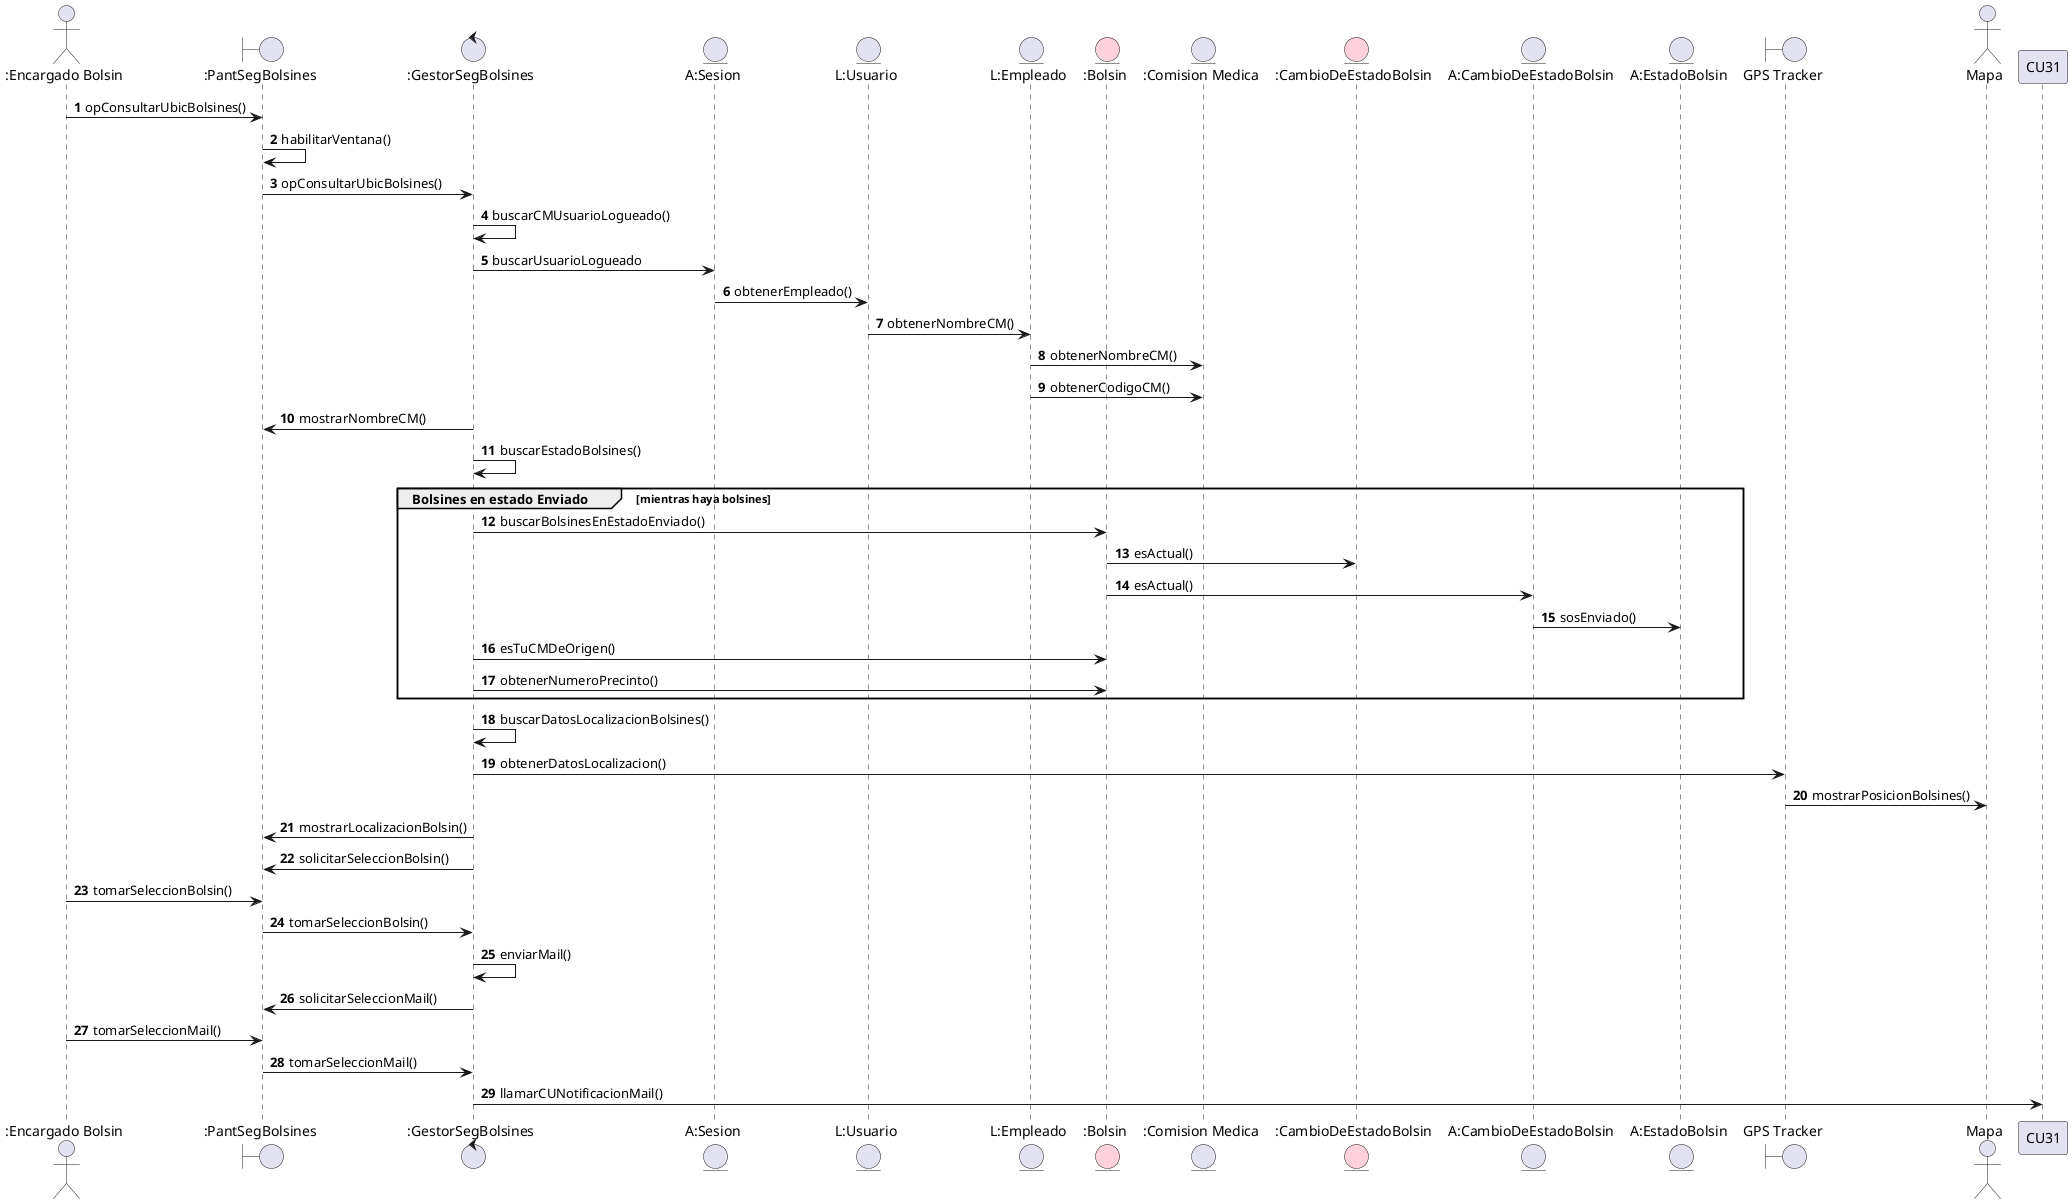
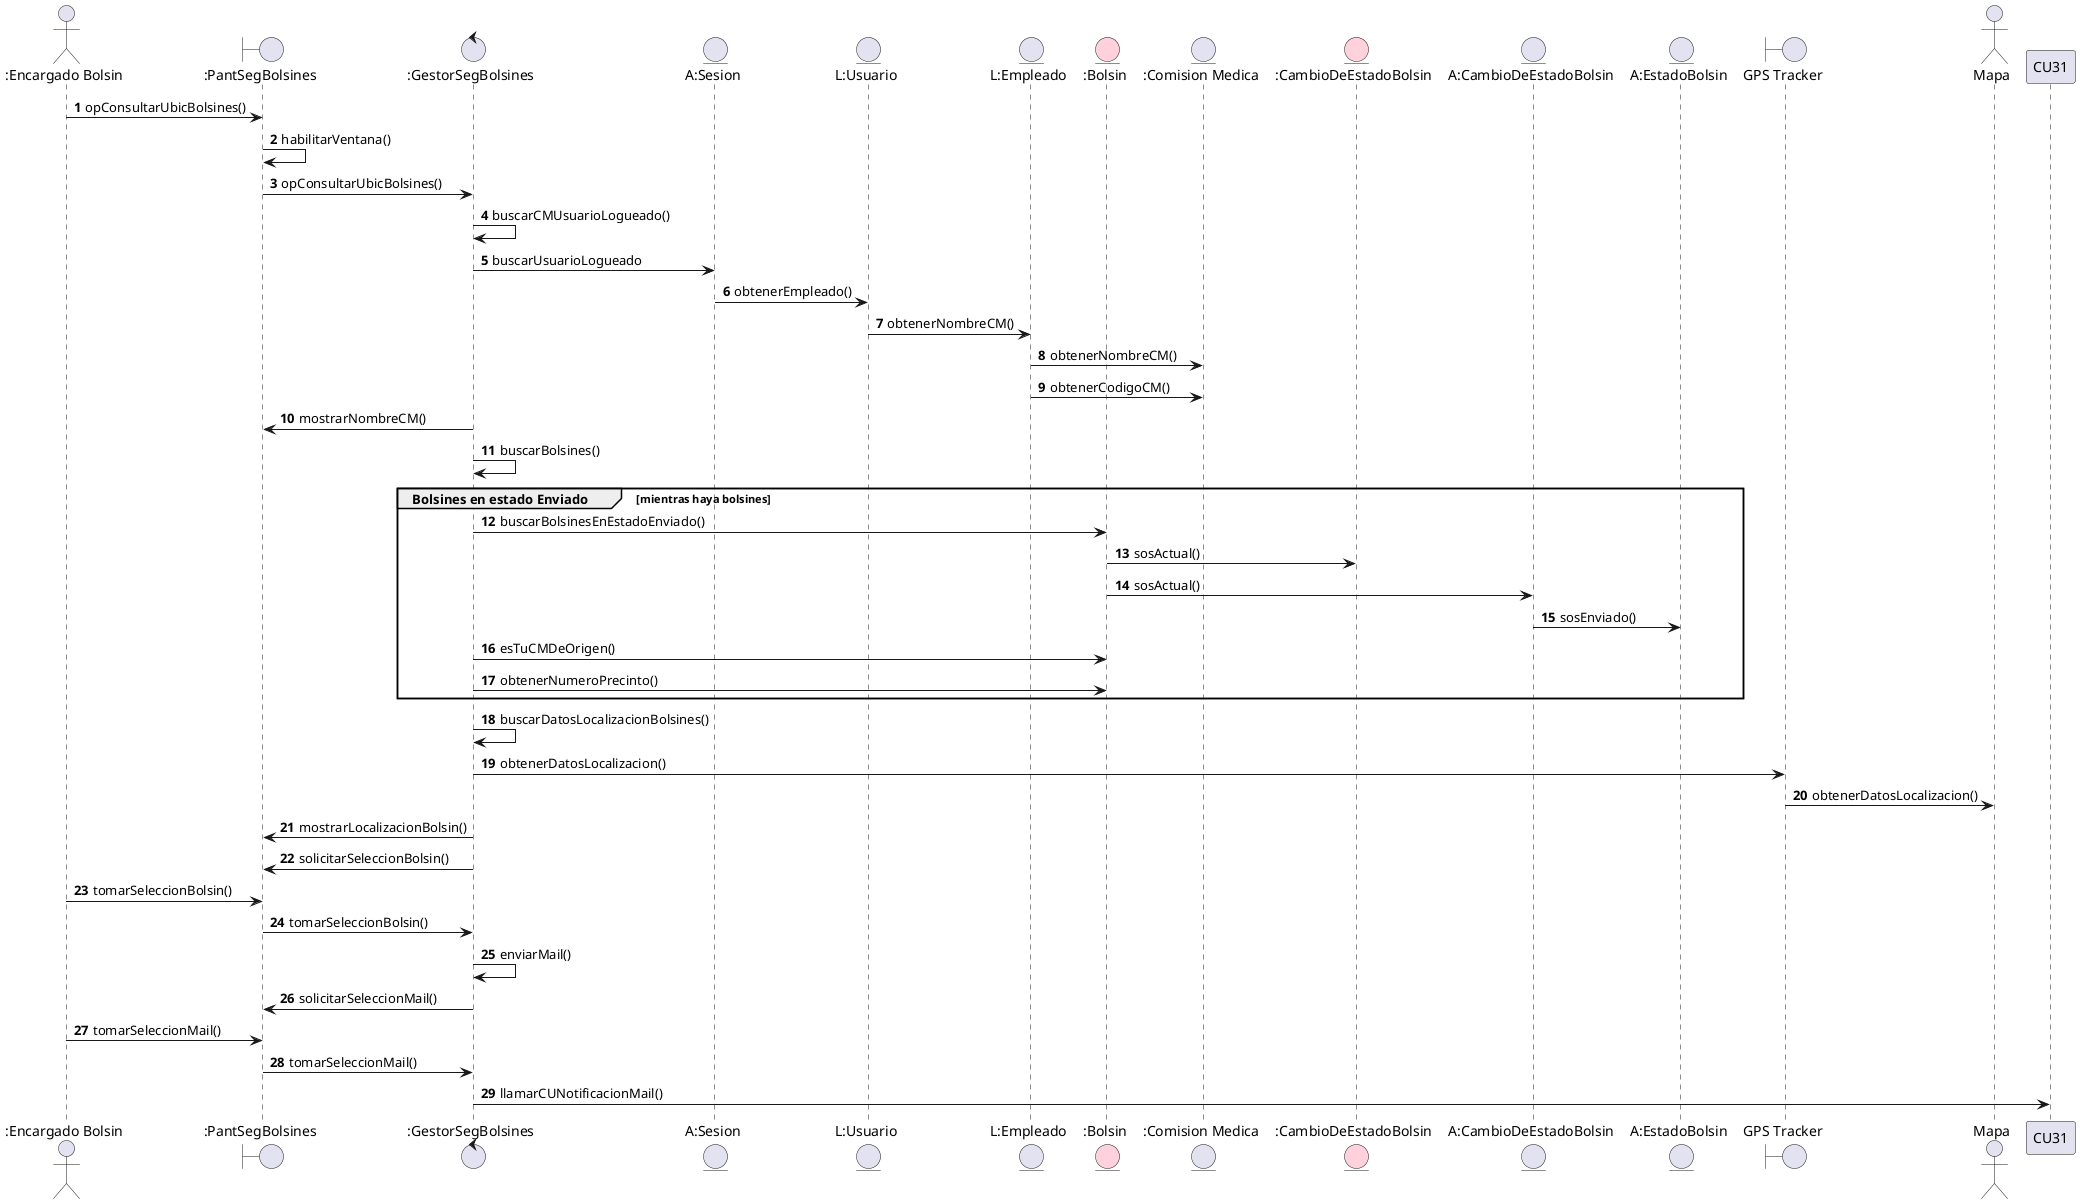

'DiagramaSecuenciaCU36.plantuml

' Flujo: Búsqueda de bolsines y visualización en el mapa con GPS Tracker modelo XTR-4500L
' 1. EB: selecciona la opción para consultar la ubicación de uno o varios bolsines.
' 2. Sistema: busca y muestra la CM del usuario logueado.
' 3. Sistema: busca los bolsines en estado Enviado cuya CM origen es igual a la CM del usuario logueado.
' 4. Sistema: solicita al dispositivo GPS Tracker los datos de localización de los bolsines.
' 5. Sistema: recibe del dispositivo GPS Tracker los datos de localización de cada uno de esos bolsines (ver
' observación 1).
' 6. Sistema: muestra sobre un mapa la posición de los bolsines, habilitando la opción de seleccionar un bolsín del
' mapa o filtrar por número de precinto o CM destino.
' 7. EB: selecciona un bolsín del mapa.
' 8. Sistema: consulta si se desea enviar un correo electrónico al Gerente de Comisión Médica destino para informar
' la ubicación del Bolsín.
' 9. EB: confirma el envío del correo electrónico.
' 10. Sistema: busca la dirección de correo electrónico del GCM destino.
' 11. Sistema: para informar número de bolsín, fecha y hora de última actualización, y las coordenadas del bolsín, se
' incluye al Caso de Uso 31 Notificar ubicación de bolsín. Informa la ejecución exitosa del caso de uso 31. Fin del
' caso de uso

'IMPORTANTE NO BORRAR PLS
' NO se puede poner caracteristicas en los nombres de las entidades
'ejemplo: Usuario logueado, sesion actual. Se usa
' L:Usuario, A:Sesion, etc.
'Clase nombrada: NombreClase : Clase

@startuml test
autonumber

actor ":Encargado Bolsin" as EB
boundary ":PantSegBolsines" as P
control ":GestorSegBolsines" as G
entity "A:Sesion" as S
entity "L:Usuario" as U
entity "L:Empleado" as E

entity ":Bolsin" as B #FFD1DC
entity ":Comision Medica" as CM
entity ":CambioDeEstadoBolsin" as cEstB #FFD1DC

entity "A:CambioDeEstadoBolsin" as estAB
entity "A:EstadoBolsin" as estB

' interfaz clase fabricacion pura
boundary "GPS Tracker" as GPS
actor "Mapa" as Map
participant "CU31" as CU31


' 1. EB: selecciona la opción para consultar la ubicación de uno o varios bolsines.
EB -> P: opConsultarUbicBolsines()
P-> P: habilitarVentana()
P-> G: opConsultarUbicBolsines()

' 2. Sistema: busca y muestra la CM del usuario logueado.
G-> G: buscarCMUsuarioLogueado()
G -> S: buscarUsuarioLogueado
S-> U: obtenerEmpleado()
U-> E: obtenerNombreCM()
E -> CM: obtenerNombreCM()
E -> CM: obtenerCodigoCM()
G-> P: mostrarNombreCM()

' 3. Sistema: busca los bolsines en estado Enviado cuya CM origen es igual a la CM del usuario logueado.
- G-> G: buscarEstadoBolsines()
+ G-> G: buscarBolsines()
group Bolsines en estado Enviado [mientras haya bolsines]
    G -> B: buscarBolsinesEnEstadoEnviado()
-     B -> cEstB: esActual()
-     B -> estAB: esActual()
+     B -> cEstB: sosActual()
+     B -> estAB: sosActual()
    estAB-> estB: sosEnviado()
    G-> B: esTuCMDeOrigen()
    G-> B: obtenerNumeroPrecinto()
end

' 4. Sistema: solicita al dispositivo GPS Tracker los datos de localización de los bolsines.
' 5. Sistema: recibe del dispositivo GPS Tracker los datos de localización de cada uno de esos bolsines
G-> G: buscarDatosLocalizacionBolsines()
G-> GPS: obtenerDatosLocalizacion()

' 6. Sistema: muestra sobre un mapa la posición de los bolsines, habilitando la opción de seleccionar un bolsín del
' mapa o filtrar por número de precinto o CM destino.
- GPS-> Map: mostrarPosicionBolsines()
+ GPS-> Map: obtenerDatosLocalizacion()
G-> P: mostrarLocalizacionBolsin()


' 7. EB: selecciona un bolsín del mapa.
G->P: solicitarSeleccionBolsin()
EB-> P: tomarSeleccionBolsin()
P-> G: tomarSeleccionBolsin()

' 8. Sistema: consulta si se desea enviar un correo electrónico al Gerente de Comisión Médica destino para informar
' la ubicación del Bolsín.
G->G: enviarMail()
G->P: solicitarSeleccionMail()
EB-> P: tomarSeleccionMail()
P-> G: tomarSeleccionMail()

'include
G-> CU31: llamarCUNotificacionMail()

' 9. EB: confirma el envío del correo electrónico.
' 10. Sistema: busca la dirección de correo electrónico del GCM destino.
' 11. Sistema: para informar número de bolsín, fecha y hora de última actualización, y las coordenadas del bolsín, se



@end